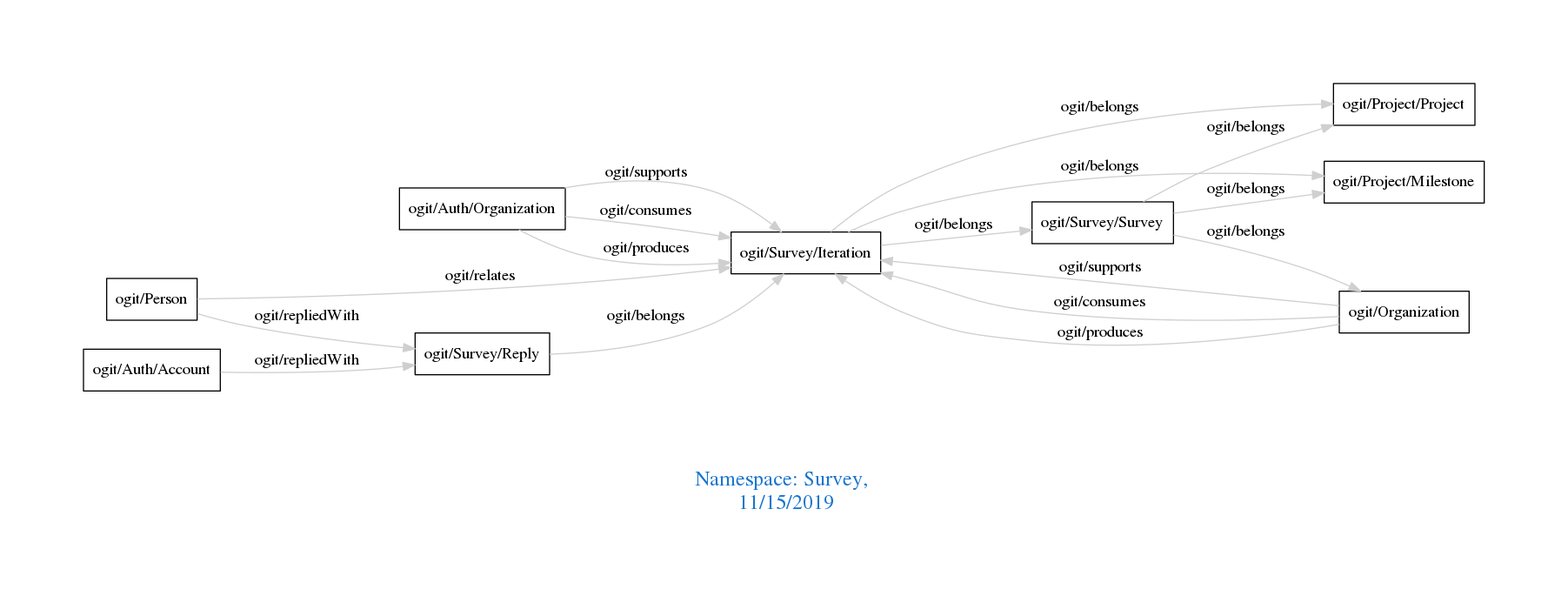
arago/OGIT keeps this Graphviz diagram as downloads/Survey.png. Above is the earlier version. Its source is kept beside it as downloads/Survey.dot.
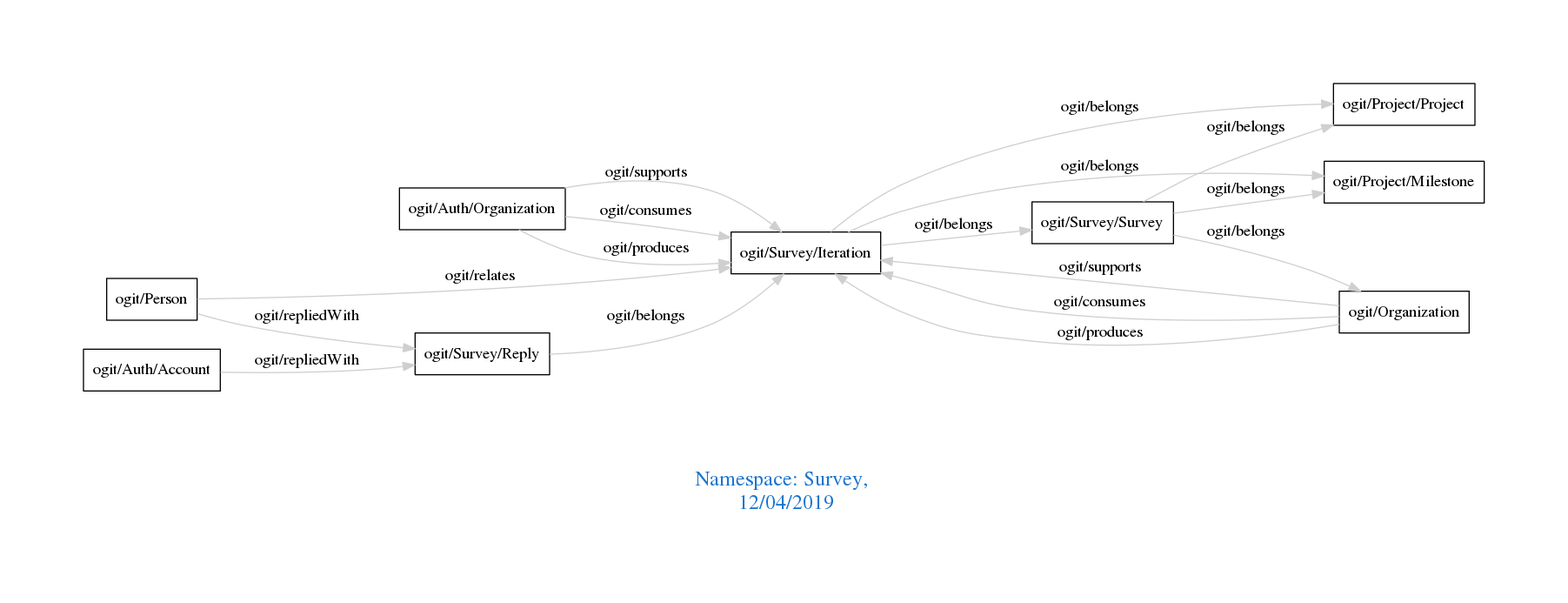
The same diagram one commit later.

What changed in the source:
```diff
@@ -1,7 +1,7 @@
 digraph OGIT_ontology {
  graph [ rankdir= LR,pad=1
 fontsize = 18,
-fontcolor= dodgerblue3,label = "\n\n\nNamespace: Survey, \n 11/15/2019"];
+fontcolor= dodgerblue3,label = "\n\n\nNamespace: Survey, \n 12/04/2019"];
 node[shape=polygon];
 edge [  color="gray81"];
 
```
